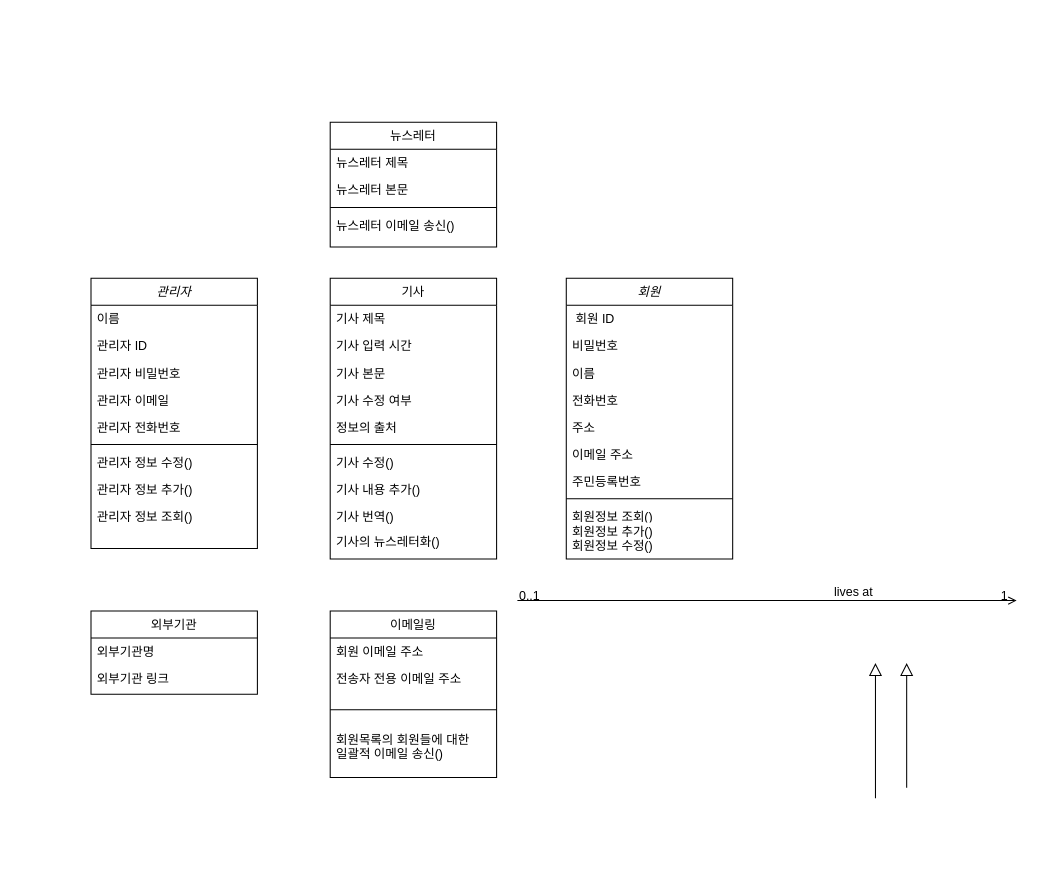
Earlier version of the draw.io diagram Untitled Diagram.drawio (YHdoc/Merge-of-former-works). Source tidied: cells renumbered, new cells numbered last; positions are measured from the earlier drawing's top-left corner, leaving out a move shared by most shapes. Both pictures are drawn from the tidied source at 104%, with x=0, y=0 at pixel (90, 122).
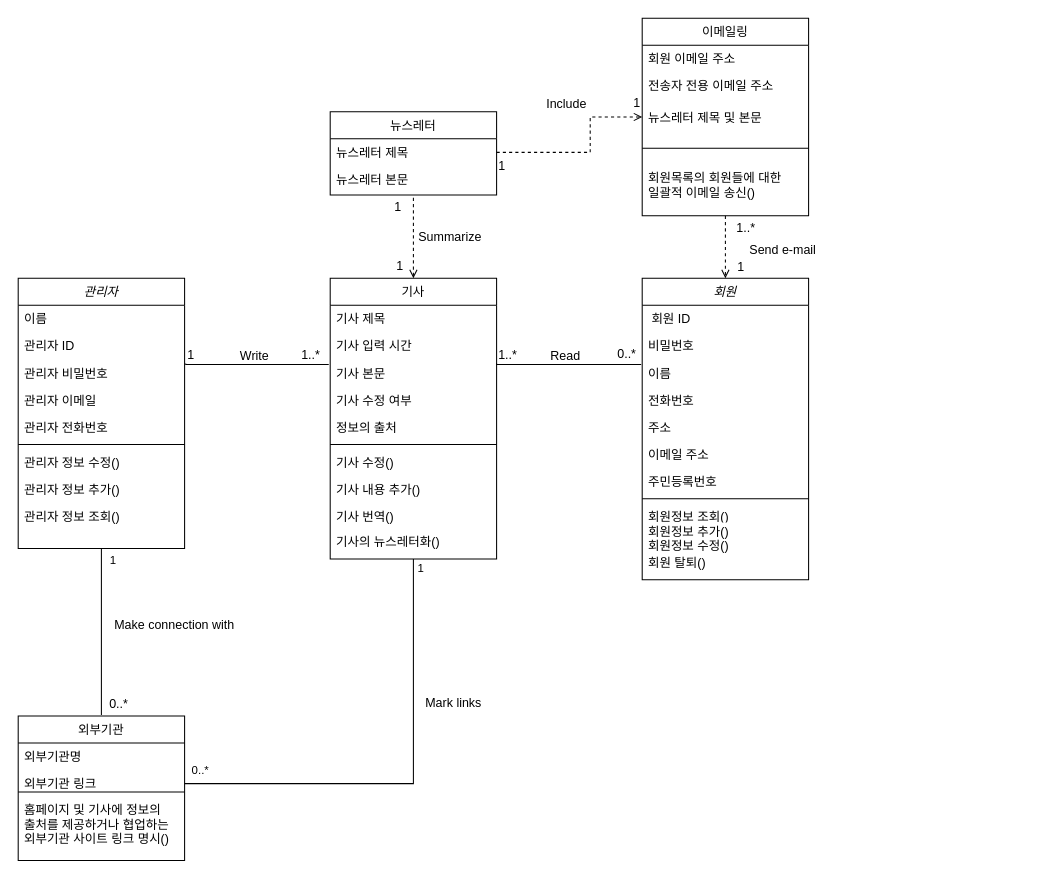
Above is the later version.

The change refers to these unchanged cells:
```xml
<mxCell id="15" value="외부기관 링크" style="text;align=left;verticalAlign=top;spacingLeft=4;spacingRight=4;overflow=hidden;points=[[0,0.5],[1,0.5]];portConstraint=eastwest;rounded=0;shadow=0;html=0;" parent="13" vertex="1">
  <mxGeometry y="52" width="160" height="26" as="geometry" />
</mxCell>
<mxCell id="21" value="기사" style="swimlane;fontStyle=0;align=center;verticalAlign=top;horizontal=1;startSize=26;rounded=0;shadow=0;strokeWidth=1;" parent="1" vertex="1">
  <mxGeometry x="230" y="150" width="160" height="270" as="geometry" />
</mxCell>
<mxCell id="48" value="뉴스레터 제목" style="text;align=left;verticalAlign=top;spacingLeft=4;spacingRight=4;overflow=hidden;points=[[0,0.5],[1,0.5]];portConstraint=eastwest;" parent="47" vertex="1">
  <mxGeometry y="26" width="160" height="26" as="geometry" />
</mxCell>
```

Change to the diagram source:
```diff
@@
     <mxCell id="2" value="회원" style="swimlane;fontStyle=2;align=center;verticalAlign=top;horizontal=1;startSize=26;rounded=0;shadow=0;strokeWidth=1;" parent="1" vertex="1">
-      <mxGeometry x="457" y="150" width="160" height="270" as="geometry" />
+      <mxGeometry x="530" y="150" width="160" height="290" as="geometry" />
     </mxCell>
+    <mxCell id="54" style="endArrow=none;shadow=0;strokeWidth=1;rounded=0;endFill=0;edgeStyle=elbowEdgeStyle;elbow=vertical;exitX=1.007;exitY=0.038;exitDx=0;exitDy=0;exitPerimeter=0;entryX=-0.006;entryY=0.037;entryDx=0;entryDy=0;entryPerimeter=0;" parent="2" edge="1">
+      <mxGeometry x="0.5" y="41" relative="1" as="geometry">
+        <mxPoint x="-140" y="81.9" as="sourcePoint" />
+        <mxPoint x="-1" y="83" as="targetPoint" />
+        <Array as="points">
+          <mxPoint x="-71.1" y="83" />
+        </Array>
+        <mxPoint x="-40" y="32" as="offset" />
+      </mxGeometry>
+    </mxCell>
+    <mxCell id="55" value="1..*" style="align=left;verticalAlign=bottom;labelBackgroundColor=none;fontSize=12;" parent="54" vertex="1">
+      <mxGeometry x="-1" relative="1" as="geometry" />
+    </mxCell>
+    <mxCell id="56" value="Read" style="text;html=1;align=center;verticalAlign=middle;labelBackgroundColor=none;rounded=0;shadow=0;strokeWidth=1;fontSize=12;" parent="54" vertex="1">
+      <mxGeometry x="0.5" y="49" relative="1" as="geometry">
+        <mxPoint x="-38" y="40" as="offset" />
+      </mxGeometry>
+    </mxCell>
@@
     <mxCell id="13" value="외부기관" style="swimlane;fontStyle=0;align=center;verticalAlign=top;horizontal=1;startSize=26;rounded=0;shadow=0;strokeWidth=1;" parent="1" vertex="1">
-      <mxGeometry y="470" width="160" height="80" as="geometry" />
+      <mxGeometry x="-70" y="571" width="160" height="139" as="geometry" />
     </mxCell>
@@
-    <mxCell id="16" style="endArrow=block;endSize=10;endFill=0;shadow=0;strokeWidth=1;rounded=0;edgeStyle=elbowEdgeStyle;elbow=vertical;" parent="1" edge="1">
-      <mxGeometry relative="1" as="geometry">
-        <mxPoint x="784.3" y="640" as="sourcePoint" />
-        <mxPoint x="784.3" y="520" as="targetPoint" />
-      </mxGeometry>
-    </mxCell>
+    <mxCell id="57" style="edgeStyle=orthogonalEdgeStyle;rounded=0;jettySize=auto;html=1;exitX=0.5;exitY=1;exitDx=0;exitDy=0;entryX=0.5;entryY=0;entryDx=0;entryDy=0;dashed=1;endArrow=open;endFill=0;" parent="1" edge="1" source="17" target="2">
+      <mxGeometry relative="1" as="geometry" />
+    </mxCell>
     <mxCell id="17" value="이메일링" style="swimlane;fontStyle=0;align=center;verticalAlign=top;horizontal=1;startSize=26;rounded=0;shadow=0;strokeWidth=1;" parent="1" vertex="1">
-      <mxGeometry x="230" y="470" width="160" height="160" as="geometry" />
+      <mxGeometry x="530" y="-100" width="160" height="190" as="geometry" />
     </mxCell>
@@
-    <mxCell id="20" style="endArrow=block;endSize=10;endFill=0;shadow=0;strokeWidth=1;rounded=0;edgeStyle=elbowEdgeStyle;elbow=vertical;" parent="1" edge="1">
-      <mxGeometry relative="1" as="geometry">
-        <mxPoint x="754.3" y="650" as="sourcePoint" />
-        <mxPoint x="754.3" y="520" as="targetPoint" />
-      </mxGeometry>
-    </mxCell>
+    <mxCell id="58" style="edgeStyle=orthogonalEdgeStyle;rounded=0;jettySize=auto;html=1;exitX=0.5;exitY=0;exitDx=0;exitDy=0;entryX=0.5;entryY=1;entryDx=0;entryDy=0;endArrow=none;endFill=0;dashed=1;startArrow=open;startFill=0;" parent="1" edge="1" source="21" target="47">
+      <mxGeometry relative="1" as="geometry">
+        <Array as="points">
+          <mxPoint x="310" y="100" />
+          <mxPoint x="310" y="100" />
+        </Array>
+      </mxGeometry>
+    </mxCell>
@@
-    <mxCell id="32" style="endArrow=open;shadow=0;strokeWidth=1;rounded=0;endFill=1;edgeStyle=elbowEdgeStyle;elbow=vertical;" parent="1" edge="1">
+    <mxCell id="32" style="endArrow=none;shadow=0;strokeWidth=1;rounded=0;endFill=0;edgeStyle=elbowEdgeStyle;elbow=vertical;exitX=1.007;exitY=0.038;exitDx=0;exitDy=0;exitPerimeter=0;entryX=-0.009;entryY=0.039;entryDx=0;entryDy=0;entryPerimeter=0;" parent="1" edge="1">
       <mxGeometry x="0.5" y="41" relative="1" as="geometry">
-        <mxPoint x="410" y="460" as="sourcePoint" />
-        <mxPoint x="890" y="460" as="targetPoint" />
+        <mxPoint x="91.1" y="231.9" as="sourcePoint" />
+        <mxPoint x="228.6" y="232.5" as="targetPoint" />
         <Array as="points">
-          <mxPoint x="690" y="460" />
+          <mxPoint x="160" y="233" />
         </Array>
         <mxPoint x="-40" y="32" as="offset" />
       </mxGeometry>
     </mxCell>
-    <mxCell id="33" value="0..1" style="align=left;verticalAlign=bottom;labelBackgroundColor=none;fontSize=12;" parent="32" vertex="1">
-      <mxGeometry x="-1" relative="1" as="geometry">
-        <mxPoint y="4" as="offset" />
-      </mxGeometry>
+    <mxCell id="33" value="1" style="align=left;verticalAlign=bottom;labelBackgroundColor=none;fontSize=12;" parent="32" vertex="1">
+      <mxGeometry x="-1" relative="1" as="geometry" />
     </mxCell>
-    <mxCell id="34" value="1" style="align=right;verticalAlign=bottom;labelBackgroundColor=none;fontSize=12;" parent="32" vertex="1">
+    <mxCell id="34" value="1..*" style="align=right;verticalAlign=bottom;labelBackgroundColor=none;fontSize=12;" parent="32" vertex="1">
       <mxGeometry x="1" relative="1" as="geometry">
-        <mxPoint x="-7" y="4" as="offset" />
+        <mxPoint x="-7" as="offset" />
       </mxGeometry>
     </mxCell>
-    <mxCell id="35" value="lives at" style="text;html=1;align=center;verticalAlign=middle;labelBackgroundColor=none;rounded=0;shadow=0;strokeWidth=1;fontSize=12;" parent="32" vertex="1">
+    <mxCell id="35" value="Write" style="text;html=1;align=center;verticalAlign=middle;labelBackgroundColor=none;rounded=0;shadow=0;strokeWidth=1;fontSize=12;" parent="32" vertex="1">
       <mxGeometry x="0.5" y="49" relative="1" as="geometry">
         <mxPoint x="-38" y="40" as="offset" />
       </mxGeometry>
     </mxCell>
+    <mxCell id="59" style="edgeStyle=orthogonalEdgeStyle;rounded=0;jettySize=auto;html=1;exitX=0.5;exitY=1;exitDx=0;exitDy=0;endArrow=none;endFill=0;" parent="1" edge="1" source="36">
+      <mxGeometry relative="1" as="geometry">
+        <mxPoint x="10" y="570" as="targetPoint" />
+        <Array as="points">
+          <mxPoint x="10" y="550" />
+          <mxPoint x="10" y="550" />
+        </Array>
+      </mxGeometry>
+    </mxCell>
+    <mxCell id="60" value="1" style="edgeLabel;html=1;align=center;verticalAlign=middle;" parent="59" vertex="1">
+      <mxGeometry x="-0.3" y="3" relative="1" as="geometry">
+        <mxPoint x="7" y="-46" as="offset" />
+      </mxGeometry>
+    </mxCell>
     <mxCell id="36" value="관리자" style="swimlane;fontStyle=2;align=center;verticalAlign=top;horizontal=1;startSize=26;rounded=0;shadow=0;strokeWidth=1;" parent="1" vertex="1">
-      <mxGeometry y="150" width="160" height="260" as="geometry" />
+      <mxGeometry x="-70" y="150" width="160" height="260" as="geometry" />
     </mxCell>
@@
     <mxCell id="46" value="회원정보 수정()" style="text;align=left;verticalAlign=top;spacingLeft=4;spacingRight=4;overflow=hidden;" parent="1" vertex="1">
-      <mxGeometry x="457" y="394" width="160" height="26" as="geometry" />
+      <mxGeometry x="530" y="394" width="160" height="26" as="geometry" />
     </mxCell>
     <mxCell id="47" value="뉴스레터" style="swimlane;fontStyle=0;align=center;verticalAlign=top;horizontal=1;startSize=26;rounded=0;shadow=0;strokeWidth=1;" parent="1" vertex="1">
-      <mxGeometry x="230" width="160" height="120" as="geometry" />
+      <mxGeometry x="230" y="-10" width="160" height="80" as="geometry" />
     </mxCell>
@@
-    <mxCell id="50" style="line;html=1;strokeWidth=1;align=left;verticalAlign=middle;spacingTop=-1;spacingLeft=3;spacingRight=3;labelPosition=right;" parent="47" vertex="1">
-      <mxGeometry y="78" width="160" height="8" as="geometry" />
-    </mxCell>
-    <mxCell id="51" value="뉴스레터 이메일 송신()" style="text;align=left;verticalAlign=top;spacingLeft=4;spacingRight=4;overflow=hidden;" parent="47" vertex="1">
-      <mxGeometry y="86" width="160" height="26" as="geometry" />
-    </mxCell>
     <mxCell id="52" style="line;html=1;strokeWidth=1;align=left;verticalAlign=middle;spacingTop=-1;spacingLeft=3;spacingRight=3;labelPosition=right;" parent="1" vertex="1">
-      <mxGeometry x="230" y="560" width="160" height="10" as="geometry" />
+      <mxGeometry x="530" y="20" width="160" height="10" as="geometry" />
     </mxCell>
     <mxCell id="53" value="회원목록의 회원들에 대한 &#10;일괄적 이메일 송신()" style="text;align=left;verticalAlign=top;spacingLeft=4;spacingRight=4;overflow=hidden;" parent="1" vertex="1">
-      <mxGeometry x="230" y="580" width="150" height="40" as="geometry" />
+      <mxGeometry x="530" y="40" width="150" height="40" as="geometry" />
     </mxCell>
+    <mxCell id="61" value="0..*" style="align=right;verticalAlign=bottom;labelBackgroundColor=none;fontSize=12;" parent="1" vertex="1">
+      <mxGeometry x="340" y="240" as="geometry">
+        <mxPoint x="-303" y="328" as="offset" />
+      </mxGeometry>
+    </mxCell>
+    <mxCell id="62" value="Make connection with" style="text;html=1;align=center;verticalAlign=middle;labelBackgroundColor=none;rounded=0;shadow=0;strokeWidth=1;fontSize=12;" parent="1" vertex="1">
+      <mxGeometry x="310" y="220" as="geometry">
+        <mxPoint x="-231" y="263" as="offset" />
+      </mxGeometry>
+    </mxCell>
+    <mxCell id="63" value="1" style="align=left;verticalAlign=bottom;labelBackgroundColor=none;fontSize=12;" parent="1" vertex="1">
+      <mxGeometry x="290" y="90" as="geometry" />
+    </mxCell>
+    <mxCell id="64" value="1" style="align=left;verticalAlign=bottom;labelBackgroundColor=none;fontSize=12;" parent="1" vertex="1">
+      <mxGeometry x="295" y="90" as="geometry">
+        <mxPoint x="-3" y="57" as="offset" />
+      </mxGeometry>
+    </mxCell>
+    <mxCell id="65" value="Summarize" style="text;html=1;align=center;verticalAlign=middle;labelBackgroundColor=none;rounded=0;shadow=0;strokeWidth=1;fontSize=12;" parent="1" vertex="1">
+      <mxGeometry x="360" y="110" as="geometry">
+        <mxPoint x="-16" as="offset" />
+      </mxGeometry>
+    </mxCell>
+    <mxCell id="66" value="0..*" style="text;html=1;align=center;verticalAlign=middle;strokeColor=none;" parent="1" vertex="1">
+      <mxGeometry x="500" y="213" width="30" height="20" as="geometry" />
+    </mxCell>
+    <mxCell id="67" value="뉴스레터 제목 및 본문" style="text;align=left;verticalAlign=top;spacingLeft=4;spacingRight=4;overflow=hidden;points=[[0,0.5],[1,0.5]];portConstraint=eastwest;" parent="1" vertex="1">
+      <mxGeometry x="530" y="-18" width="160" height="26" as="geometry" />
+    </mxCell>
+    <mxCell id="68" style="edgeStyle=orthogonalEdgeStyle;rounded=0;jettySize=auto;html=1;exitX=1;exitY=0.5;exitDx=0;exitDy=0;entryX=0;entryY=0.5;entryDx=0;entryDy=0;endArrow=open;endFill=0;dashed=1;" parent="1" edge="1" source="48" target="67">
+      <mxGeometry relative="1" as="geometry">
+        <Array as="points">
+          <mxPoint x="480" y="29" />
+          <mxPoint x="480" y="-5" />
+        </Array>
+      </mxGeometry>
+    </mxCell>
+    <mxCell id="69" value="1" style="align=left;verticalAlign=bottom;labelBackgroundColor=none;fontSize=12;" parent="1" vertex="1">
+      <mxGeometry x="390" y="50" as="geometry" />
+    </mxCell>
+    <mxCell id="70" value="1" style="align=left;verticalAlign=bottom;labelBackgroundColor=none;fontSize=12;" parent="1" vertex="1">
+      <mxGeometry x="520" y="-10" as="geometry" />
+    </mxCell>
+    <mxCell id="71" value="Include" style="text;html=1;align=center;verticalAlign=middle;labelBackgroundColor=none;rounded=0;shadow=0;strokeWidth=1;fontSize=12;" parent="1" vertex="1">
+      <mxGeometry x="390" y="120" as="geometry">
+        <mxPoint x="66" y="-138" as="offset" />
+      </mxGeometry>
+    </mxCell>
+    <mxCell id="72" value="1" style="align=left;verticalAlign=bottom;labelBackgroundColor=none;fontSize=12;" parent="1" vertex="1">
+      <mxGeometry x="405" y="60" as="geometry">
+        <mxPoint x="215" y="88" as="offset" />
+      </mxGeometry>
+    </mxCell>
+    <mxCell id="73" value="1..*" style="align=right;verticalAlign=bottom;labelBackgroundColor=none;fontSize=12;" parent="1" vertex="1">
+      <mxGeometry x="640" y="110" as="geometry" />
+    </mxCell>
+    <mxCell id="74" value="Send e-mail" style="text;html=1;align=center;verticalAlign=middle;labelBackgroundColor=none;rounded=0;shadow=0;strokeWidth=1;fontSize=12;" parent="1" vertex="1">
+      <mxGeometry x="520" y="310" as="geometry">
+        <mxPoint x="144" y="-188" as="offset" />
+      </mxGeometry>
+    </mxCell>
+    <mxCell id="75" value="회원 탈퇴()" style="text;align=left;verticalAlign=top;spacingLeft=4;spacingRight=4;overflow=hidden;" parent="1" vertex="1">
+      <mxGeometry x="530" y="410" width="160" height="26" as="geometry" />
+    </mxCell>
+    <mxCell id="76" style="line;html=1;strokeWidth=1;align=left;verticalAlign=middle;spacingTop=-1;spacingLeft=3;spacingRight=3;labelPosition=right;" parent="1" vertex="1">
+      <mxGeometry x="-70" y="640" width="160" height="8" as="geometry" />
+    </mxCell>
+    <mxCell id="77" value="홈페이지 및 기사에 정보의 &#10;출처를 제공하거나 협업하는&#10;외부기관 사이트 링크 명시()" style="text;align=left;verticalAlign=top;spacingLeft=4;spacingRight=4;overflow=hidden;rounded=0;shadow=0;html=0;" parent="1" vertex="1">
+      <mxGeometry x="-70" y="648" width="160" height="72" as="geometry" />
+    </mxCell>
+    <mxCell id="78" style="edgeStyle=orthogonalEdgeStyle;rounded=0;jettySize=auto;html=1;exitX=1;exitY=0.5;exitDx=0;exitDy=0;entryX=0.5;entryY=1;entryDx=0;entryDy=0;startArrow=none;startFill=0;endArrow=none;endFill=0;" parent="1" edge="1" source="15" target="21">
+      <mxGeometry relative="1" as="geometry" />
+    </mxCell>
+    <mxCell id="79" value="0..*" style="edgeLabel;html=1;align=center;verticalAlign=middle;" parent="1" vertex="1">
+      <mxGeometry x="40" y="440" as="geometry">
+        <mxPoint x="64" y="182" as="offset" />
+      </mxGeometry>
+    </mxCell>
+    <mxCell id="80" value="1" style="edgeLabel;html=1;align=center;verticalAlign=middle;" parent="1" vertex="1">
+      <mxGeometry x="30" y="430.5" as="geometry">
+        <mxPoint x="286" y="-2" as="offset" />
+      </mxGeometry>
+    </mxCell>
+    <mxCell id="81" value="Mark links&amp;nbsp;" style="text;html=1;align=center;verticalAlign=middle;labelBackgroundColor=none;rounded=0;shadow=0;strokeWidth=1;fontSize=12;" parent="1" vertex="1">
+      <mxGeometry x="580" y="295" as="geometry">
+        <mxPoint x="-231" y="263" as="offset" />
+      </mxGeometry>
+    </mxCell>
```
